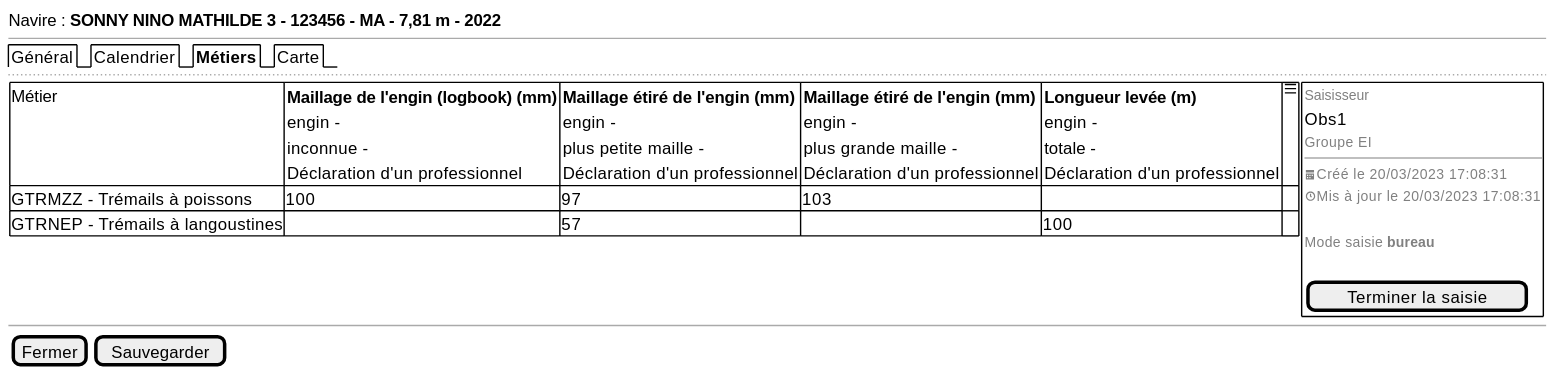
This is projects/activity-calendar/spe/images/activity-calendar-metiers.svg from sumaris-net/sumaris-doc, a PlantUML export, as it was before one commit.
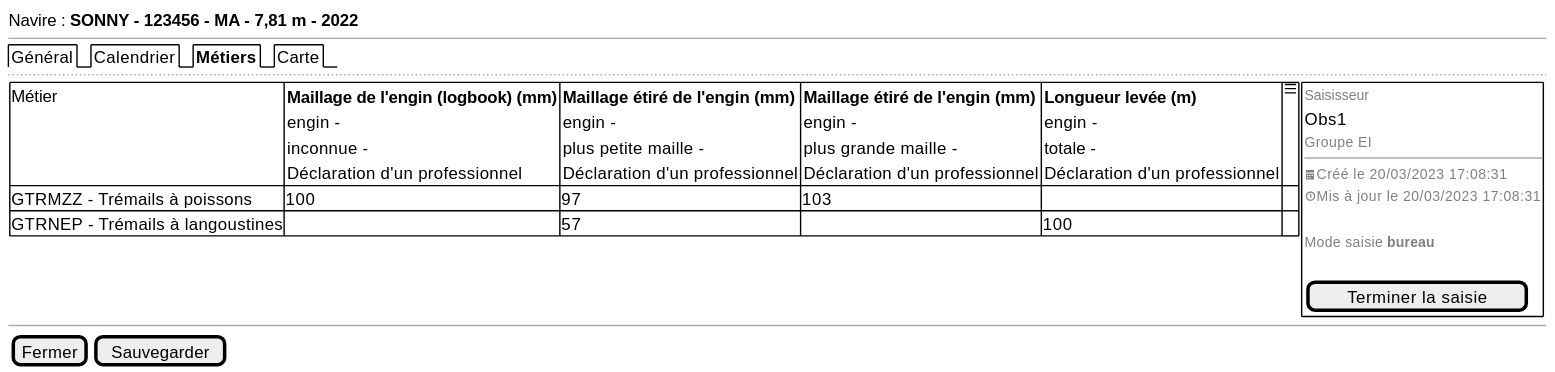
The same diagram one commit later.

What changed in the source:
```diff
@@ -1,6 +1,6 @@
 @startsalt
 {
-  Navire : <b>SONNY NINO MATHILDE 3 - 123456 - MA - 7,81 m - 2022
+  Navire : <b>SONNY - 123456 - MA - 7,81 m - 2022
   --
   {/ Général | Calendrier | <b>Métiers | Carte}
   ..
```
